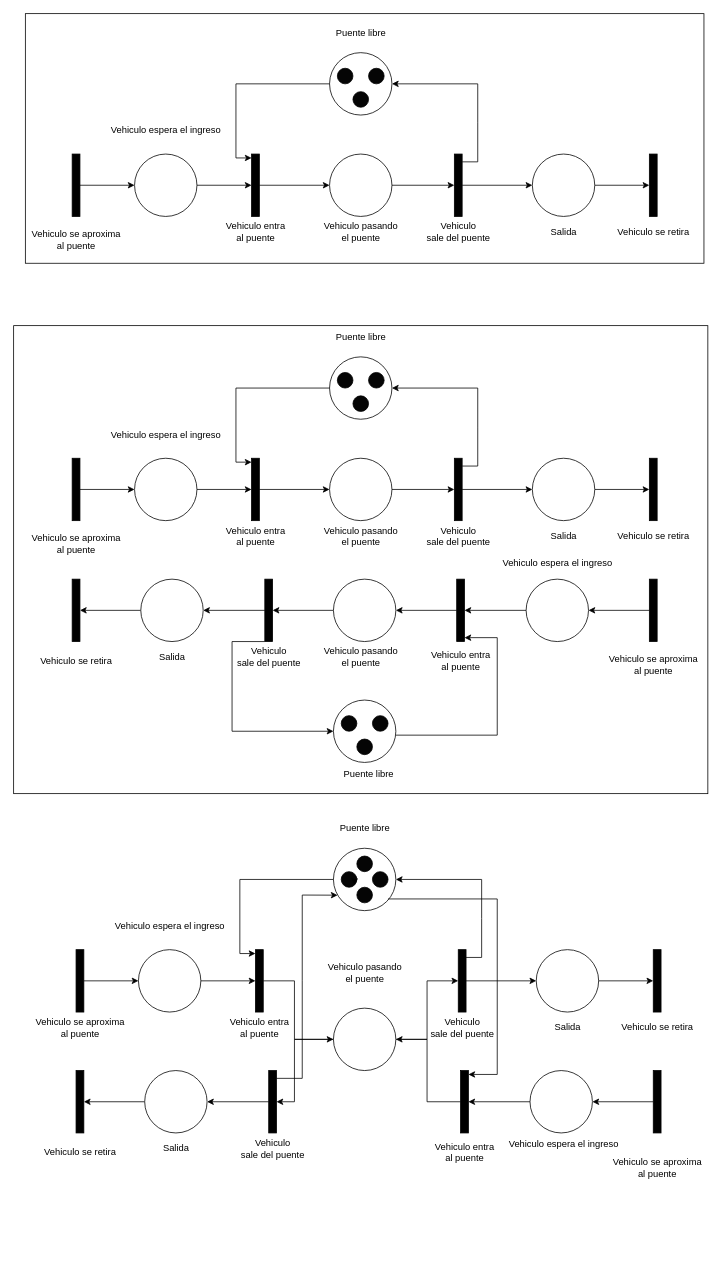
Before: RP /Ejercicio_6.drawio in imnotsetro/IDS-1, a draw.io diagram. Source tidied: cells renumbered, new cells numbered last; positions are measured from the earlier drawing's top-left corner, leaving out a move shared by most shapes. Both pictures are drawn from the tidied source at 78%, with x=0, y=0 at pixel (13, 13).
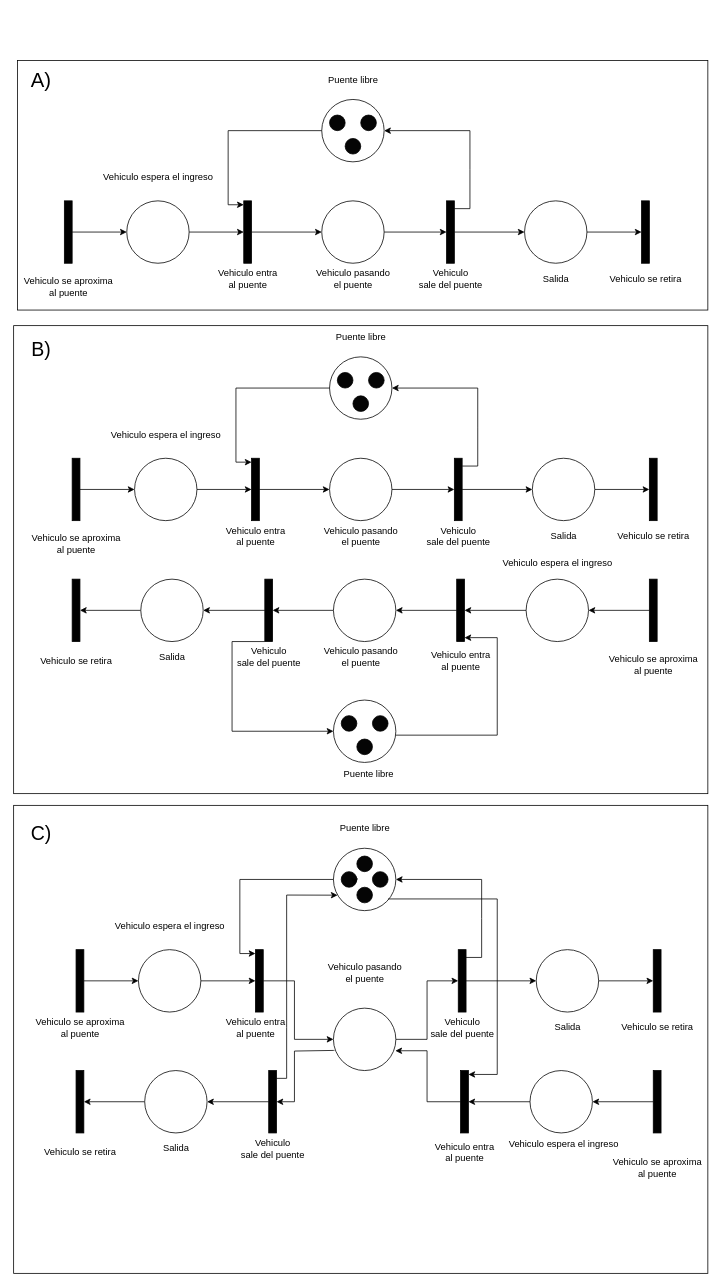
After the change.

The change refers to these unchanged cells:
```xml
<mxCell id="92" style="ellipse;whiteSpace=wrap;html=1;" parent="1" vertex="1">
  <mxGeometry x="410" y="1275" width="80" height="80" as="geometry" />
</mxCell>
<mxCell id="95" style="ellipse;whiteSpace=wrap;html=1;" parent="1" vertex="1">
  <mxGeometry x="410" y="1070" width="80" height="80" as="geometry" />
</mxCell>
<mxCell id="116" style="html=1;points=[[0,0,0,0,5],[0,1,0,0,-5],[1,0,0,0,5],[1,1,0,0,-5]];perimeter=orthogonalPerimeter;outlineConnect=0;targetShapes=umlLifeline;portConstraint=eastwest;newEdgeStyle={&quot;curved&quot;:0,&quot;rounded&quot;:0};fillColor=#000000;flipH=0;flipV=0;" parent="1" vertex="1">
  <mxGeometry x="327" y="1355" width="10" height="80" as="geometry" />
</mxCell>
<mxCell id="119" style="html=1;points=[[0,0,0,0,5],[0,1,0,0,-5],[1,0,0,0,5],[1,1,0,0,-5]];perimeter=orthogonalPerimeter;outlineConnect=0;targetShapes=umlLifeline;portConstraint=eastwest;newEdgeStyle={&quot;curved&quot;:0,&quot;rounded&quot;:0};fillColor=#000000;flipH=0;flipV=0;" parent="1" vertex="1">
  <mxGeometry x="573" y="1355" width="10" height="80" as="geometry" />
</mxCell>
```

What changed in the source:
```diff
@@
+    <mxCell id="134" style="rounded=0;whiteSpace=wrap;html=1;" parent="1" vertex="1">
+      <mxGeometry y="1015" width="890" height="600" as="geometry" />
+    </mxCell>
@@
     <mxCell id="3" style="rounded=0;whiteSpace=wrap;html=1;" parent="1" vertex="1">
-      <mxGeometry x="15" width="870" height="320" as="geometry" />
+      <mxGeometry x="5" y="60" width="885" height="320" as="geometry" />
     </mxCell>
@@
     <mxCell id="5" style="html=1;points=[[0,0,0,0,5],[0,1,0,0,-5],[1,0,0,0,5],[1,1,0,0,-5]];perimeter=orthogonalPerimeter;outlineConnect=0;targetShapes=umlLifeline;portConstraint=eastwest;newEdgeStyle={&quot;curved&quot;:0,&quot;rounded&quot;:0};fillColor=#000000;" parent="1" vertex="1">
-      <mxGeometry x="75" y="180" width="10" height="80" as="geometry" />
+      <mxGeometry x="65" y="240" width="10" height="80" as="geometry" />
     </mxCell>
@@
     <mxCell id="7" style="ellipse;whiteSpace=wrap;html=1;" parent="1" vertex="1">
-      <mxGeometry x="155" y="180" width="80" height="80" as="geometry" />
+      <mxGeometry x="145" y="240" width="80" height="80" as="geometry" />
     </mxCell>
@@
     <mxCell id="9" style="html=1;points=[[0,0,0,0,5],[0,1,0,0,-5],[1,0,0,0,5],[1,1,0,0,-5]];perimeter=orthogonalPerimeter;outlineConnect=0;targetShapes=umlLifeline;portConstraint=eastwest;newEdgeStyle={&quot;curved&quot;:0,&quot;rounded&quot;:0};fillColor=#000000;" parent="1" vertex="1">
-      <mxGeometry x="305" y="180" width="10" height="80" as="geometry" />
+      <mxGeometry x="295" y="240" width="10" height="80" as="geometry" />
     </mxCell>
@@
     <mxCell id="11" style="ellipse;whiteSpace=wrap;html=1;" parent="1" vertex="1">
-      <mxGeometry x="405" y="180" width="80" height="80" as="geometry" />
+      <mxGeometry x="395" y="240" width="80" height="80" as="geometry" />
     </mxCell>
@@
     <mxCell id="13" style="html=1;points=[[0,0,0,0,5],[0,1,0,0,-5],[1,0,0,0,5],[1,1,0,0,-5]];perimeter=orthogonalPerimeter;outlineConnect=0;targetShapes=umlLifeline;portConstraint=eastwest;newEdgeStyle={&quot;curved&quot;:0,&quot;rounded&quot;:0};fillColor=#000000;" parent="1" vertex="1">
-      <mxGeometry x="565" y="180" width="10" height="80" as="geometry" />
+      <mxGeometry x="555" y="240" width="10" height="80" as="geometry" />
     </mxCell>
     <mxCell id="14" style="ellipse;whiteSpace=wrap;html=1;" parent="1" vertex="1">
-      <mxGeometry x="405" y="50" width="80" height="80" as="geometry" />
+      <mxGeometry x="395" y="110" width="80" height="80" as="geometry" />
     </mxCell>
     <mxCell id="15" style="ellipse;whiteSpace=wrap;html=1;fillColor=#050505;" parent="1" vertex="1">
-      <mxGeometry x="455" y="70" width="20" height="20" as="geometry" />
+      <mxGeometry x="445" y="130" width="20" height="20" as="geometry" />
     </mxCell>
     <mxCell id="16" style="ellipse;whiteSpace=wrap;html=1;fillColor=#050505;" parent="1" vertex="1">
-      <mxGeometry x="415" y="70" width="20" height="20" as="geometry" />
+      <mxGeometry x="405" y="130" width="20" height="20" as="geometry" />
     </mxCell>
     <mxCell id="17" style="ellipse;whiteSpace=wrap;html=1;fillColor=#050505;" parent="1" vertex="1">
-      <mxGeometry x="435" y="100" width="20" height="20" as="geometry" />
+      <mxGeometry x="425" y="160" width="20" height="20" as="geometry" />
     </mxCell>
     <mxCell id="18" style="endArrow=classic;html=1;rounded=0;entryX=1;entryY=0.5;entryDx=0;entryDy=0;" parent="1" edge="1" target="14">
       <mxGeometry relative="1" as="geometry">
-        <mxPoint x="575" y="190" as="sourcePoint" />
+        <mxPoint x="565" y="250" as="sourcePoint" />
         <Array as="points">
-          <mxPoint x="595" y="190" />
-          <mxPoint x="595" y="140" />
-          <mxPoint x="595" y="90" />
+          <mxPoint x="585" y="250" />
+          <mxPoint x="585" y="200" />
+          <mxPoint x="585" y="150" />
         </Array>
       </mxGeometry>
     </mxCell>
     <mxCell id="19" style="endArrow=classic;html=1;rounded=0;entryX=0;entryY=0;entryDx=0;entryDy=5;entryPerimeter=0;" parent="1" edge="1" target="9">
       <mxGeometry relative="1" as="geometry">
-        <mxPoint x="405" y="90" as="sourcePoint" />
+        <mxPoint x="395" y="150" as="sourcePoint" />
         <Array as="points">
-          <mxPoint x="285" y="90" />
-          <mxPoint x="285" y="185" />
+          <mxPoint x="275" y="150" />
+          <mxPoint x="275" y="245" />
         </Array>
       </mxGeometry>
     </mxCell>
@@
     <mxCell id="21" style="ellipse;whiteSpace=wrap;html=1;" parent="1" vertex="1">
-      <mxGeometry x="665" y="180" width="80" height="80" as="geometry" />
+      <mxGeometry x="655" y="240" width="80" height="80" as="geometry" />
     </mxCell>
     <mxCell id="22" style="html=1;points=[[0,0,0,0,5],[0,1,0,0,-5],[1,0,0,0,5],[1,1,0,0,-5]];perimeter=orthogonalPerimeter;outlineConnect=0;targetShapes=umlLifeline;portConstraint=eastwest;newEdgeStyle={&quot;curved&quot;:0,&quot;rounded&quot;:0};fillColor=#000000;" parent="1" vertex="1">
-      <mxGeometry x="815" y="180" width="10" height="80" as="geometry" />
+      <mxGeometry x="805" y="240" width="10" height="80" as="geometry" />
     </mxCell>
     <mxCell id="23" value="&lt;div&gt;Vehiculo se aproxima&lt;/div&gt;&lt;div&gt;al puente&lt;br&gt;&lt;/div&gt;" style="text;html=1;align=center;verticalAlign=middle;strokeColor=none;fillColor=none;" parent="1" vertex="1">
-      <mxGeometry x="10" y="270" width="140" height="40" as="geometry" />
+      <mxGeometry y="330" width="140" height="40" as="geometry" />
     </mxCell>
     <mxCell id="24" value="Vehiculo espera el ingreso" style="text;html=1;align=center;verticalAlign=middle;strokeColor=none;fillColor=none;" parent="1" vertex="1">
-      <mxGeometry x="110" y="135" width="170" height="30" as="geometry" />
+      <mxGeometry x="100" y="195" width="170" height="30" as="geometry" />
     </mxCell>
     <mxCell id="25" value="&lt;div&gt;Vehiculo entra&lt;/div&gt;&lt;div&gt;al puente&lt;br&gt;&lt;/div&gt;" style="text;html=1;align=center;verticalAlign=middle;strokeColor=none;fillColor=none;" parent="1" vertex="1">
-      <mxGeometry x="260" y="260" width="100" height="40" as="geometry" />
+      <mxGeometry x="250" y="320" width="100" height="40" as="geometry" />
     </mxCell>
     <mxCell id="26" value="&lt;div&gt;Vehiculo pasando&lt;/div&gt;&lt;div&gt;el puente&lt;br&gt;&lt;/div&gt;" style="text;html=1;align=center;verticalAlign=middle;strokeColor=none;fillColor=none;" parent="1" vertex="1">
-      <mxGeometry x="385" y="260" width="120" height="40" as="geometry" />
+      <mxGeometry x="375" y="320" width="120" height="40" as="geometry" />
     </mxCell>
     <mxCell id="27" value="&lt;div&gt;Vehiculo&lt;/div&gt;&lt;div&gt;sale del puente&lt;br&gt;&lt;/div&gt;" style="text;html=1;align=center;verticalAlign=middle;strokeColor=none;fillColor=none;" parent="1" vertex="1">
-      <mxGeometry x="515" y="260" width="110" height="40" as="geometry" />
+      <mxGeometry x="505" y="320" width="110" height="40" as="geometry" />
     </mxCell>
     <mxCell id="28" value="Salida" style="text;html=1;align=center;verticalAlign=middle;strokeColor=none;fillColor=none;" parent="1" vertex="1">
-      <mxGeometry x="675" y="265" width="60" height="30" as="geometry" />
+      <mxGeometry x="665" y="325" width="60" height="30" as="geometry" />
     </mxCell>
     <mxCell id="29" value="&lt;div&gt;Vehiculo se retira&lt;br&gt;&lt;/div&gt;" style="text;html=1;align=center;verticalAlign=middle;strokeColor=none;fillColor=none;" parent="1" vertex="1">
-      <mxGeometry x="760" y="265" width="120" height="30" as="geometry" />
+      <mxGeometry x="750" y="325" width="120" height="30" as="geometry" />
     </mxCell>
     <mxCell id="30" value="Puente libre" style="text;html=1;align=center;verticalAlign=middle;strokeColor=none;fillColor=none;" parent="1" vertex="1">
-      <mxGeometry x="400" y="10" width="90" height="30" as="geometry" />
+      <mxGeometry x="390" y="70" width="90" height="30" as="geometry" />
     </mxCell>
@@
     <mxCell id="106" value="&lt;div&gt;Vehiculo entra&lt;/div&gt;&lt;div&gt;al puente&lt;br&gt;&lt;/div&gt;" style="text;html=1;align=center;verticalAlign=middle;strokeColor=none;fillColor=none;" parent="1" vertex="1">
-      <mxGeometry x="265" y="1280" width="100" height="40" as="geometry" />
+      <mxGeometry x="260" y="1280" width="100" height="40" as="geometry" />
     </mxCell>
@@
-    <mxCell id="117" style="edgeStyle=orthogonalEdgeStyle;rounded=0;jettySize=auto;html=1;exitX=0;exitY=0.5;exitDx=0;exitDy=0;" parent="1" edge="1" source="92" target="116">
+    <mxCell id="117" style="edgeStyle=orthogonalEdgeStyle;rounded=0;jettySize=auto;html=1;exitX=0.016;exitY=0.677;exitDx=0;exitDy=0;exitPerimeter=0;" parent="1" edge="1" source="92" target="116">
       <mxGeometry relative="1" as="geometry">
         <Array as="points">
-          <mxPoint x="360" y="1315" />
+          <mxPoint x="410" y="1329" />
+          <mxPoint x="360" y="1330" />
           <mxPoint x="360" y="1395" />
         </Array>
       </mxGeometry>
     </mxCell>
-    <mxCell id="118" style="edgeStyle=orthogonalEdgeStyle;rounded=0;jettySize=auto;html=1;curved=0;entryX=1;entryY=0.5;entryDx=0;entryDy=0;" parent="1" edge="1" source="119" target="92">
+    <mxCell id="118" style="edgeStyle=orthogonalEdgeStyle;rounded=0;jettySize=auto;html=1;curved=0;entryX=0.992;entryY=0.683;entryDx=0;entryDy=0;entryPerimeter=0;" parent="1" edge="1" source="119" target="92">
       <mxGeometry relative="1" as="geometry">
         <Array as="points">
           <mxPoint x="530" y="1395" />
-          <mxPoint x="530" y="1315" />
+          <mxPoint x="530" y="1330" />
+          <mxPoint x="489" y="1330" />
         </Array>
       </mxGeometry>
     </mxCell>
@@
     <mxCell id="131" style="endArrow=classic;html=1;rounded=0;entryX=0.066;entryY=0.752;entryDx=0;entryDy=0;entryPerimeter=0;" parent="1" edge="1" target="95">
       <mxGeometry relative="1" as="geometry">
         <mxPoint x="337" y="1365" as="sourcePoint" />
         <Array as="points">
-          <mxPoint x="370" y="1365" />
-          <mxPoint x="370" y="1240" />
-          <mxPoint x="370" y="1130" />
+          <mxPoint x="350" y="1365" />
+          <mxPoint x="350" y="1300" />
+          <mxPoint x="350" y="1240" />
+          <mxPoint x="350" y="1130" />
         </Array>
       </mxGeometry>
     </mxCell>
@@
+    <mxCell id="135" value="&lt;font style=&quot;font-size: 26px;&quot;&gt;A)&lt;/font&gt;" style="text;html=1;align=center;verticalAlign=middle;strokeColor=none;fillColor=none;" parent="1" vertex="1">
+      <mxGeometry x="10" y="65" width="50" height="40" as="geometry" />
+    </mxCell>
+    <mxCell id="136" value="B)" style="text;html=1;align=center;verticalAlign=middle;strokeColor=none;fillColor=none;fontSize=25;" parent="1" vertex="1">
+      <mxGeometry x="10" y="410" width="50" height="40" as="geometry" />
+    </mxCell>
+    <mxCell id="137" value="C)" style="text;html=1;align=center;verticalAlign=middle;strokeColor=none;fillColor=none;fontSize=25;" parent="1" vertex="1">
+      <mxGeometry x="10" y="1030" width="50" height="40" as="geometry" />
+    </mxCell>
```
